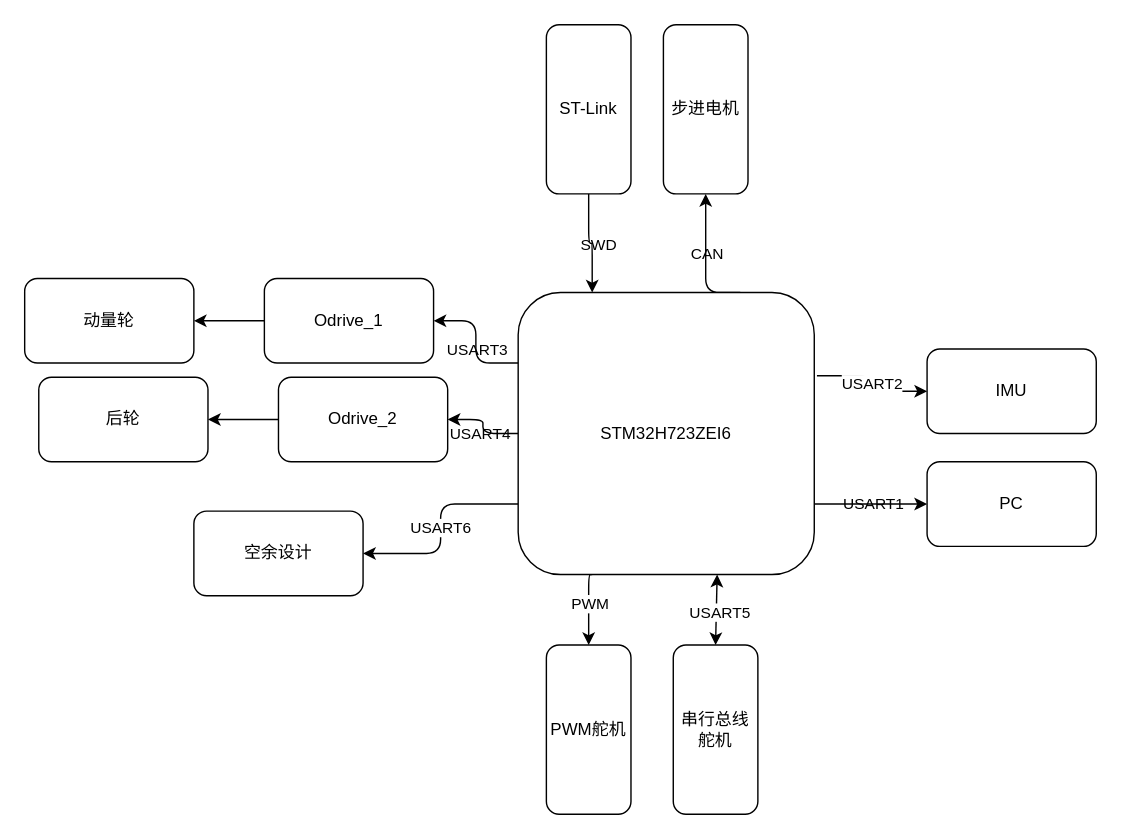
Above: Control_Unit/Hardware/控制单元架构.drawio in Ashington258/EquiCycle (draw.io), before the change. Source tidied: cells renumbered, new cells numbered last; positions are measured from the earlier drawing's top-left corner, leaving out a move shared by most shapes. Both pictures are drawn from the tidied source at 141%, with x=0, y=0 at pixel (24, 24).
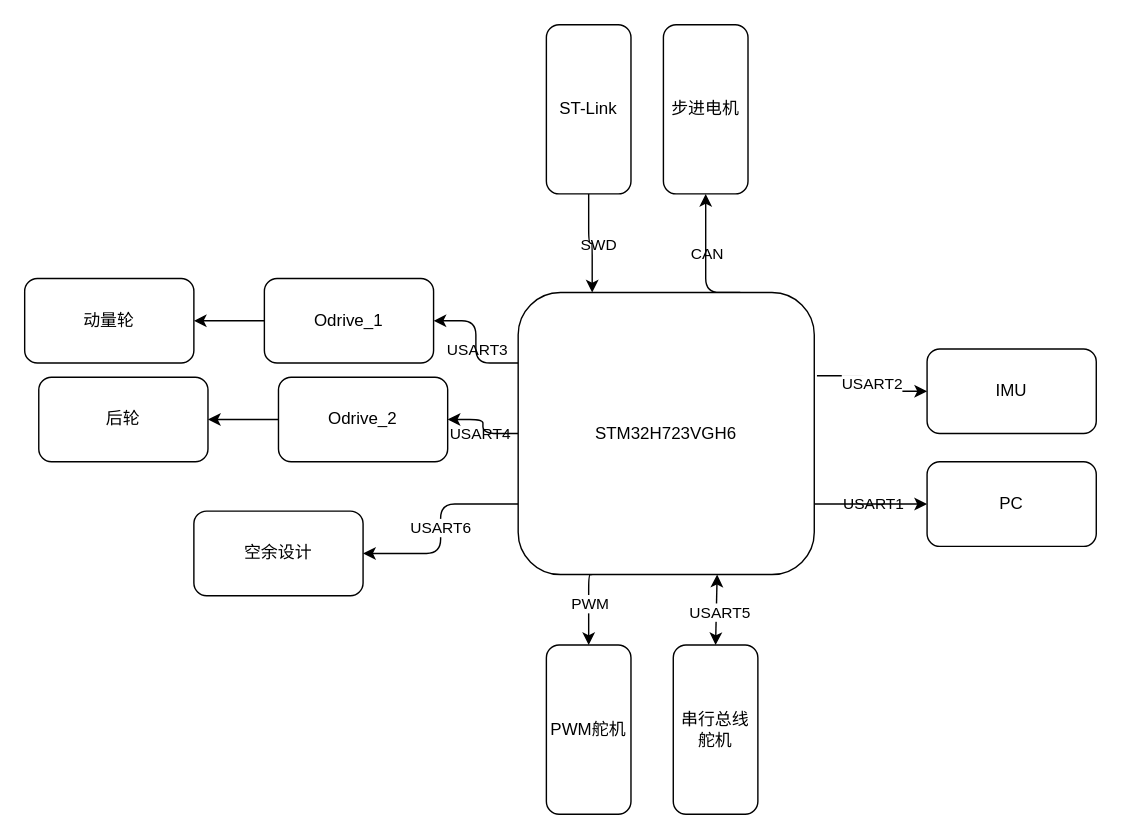
The same diagram, later.

Commit message:
原本芯片渠道缺失，更换芯片

Change to the diagram source:
```diff
@@
-    <mxCell id="12" value="STM32H723ZEI6" style="rounded=1;whiteSpace=wrap;html=1;labelBackgroundColor=none;" parent="1" vertex="1">
+    <mxCell id="12" value="STM32H723VGH6" style="rounded=1;whiteSpace=wrap;html=1;labelBackgroundColor=none;" parent="1" vertex="1">
       <mxGeometry x="350" y="190" width="210" height="200" as="geometry" />
     </mxCell>
```
